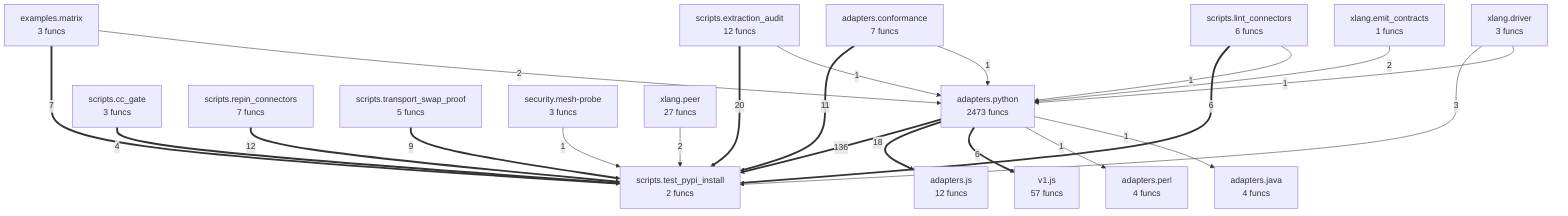
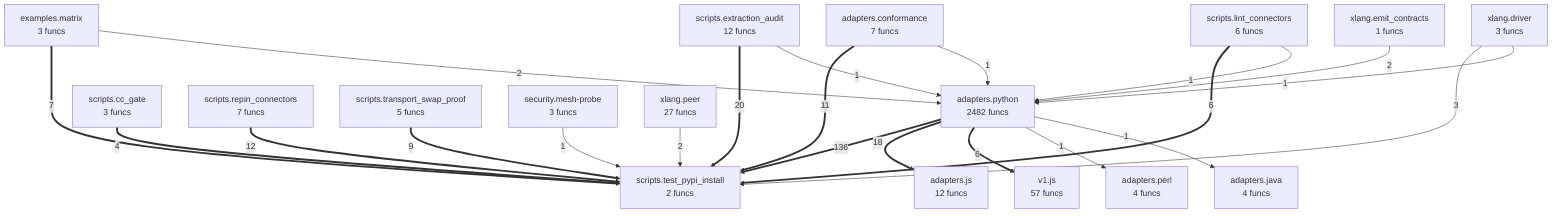
flowchart TD
- %% generated in 0.14s
+ %% generated in 0.07s
    adapters__conformance["adapters.conformance<br/>7 funcs"]
    adapters__java["adapters.java<br/>4 funcs"]
    adapters__js["adapters.js<br/>12 funcs"]
    adapters__perl["adapters.perl<br/>4 funcs"]
-     adapters__python["adapters.python<br/>2473 funcs"]
+     adapters__python["adapters.python<br/>2482 funcs"]
    examples__matrix["examples.matrix<br/>3 funcs"]
    scripts__cc_gate["scripts.cc_gate<br/>3 funcs"]
    scripts__extraction_audit["scripts.extraction_audit<br/>12 funcs"]
    scripts__lint_connectors["scripts.lint_connectors<br/>6 funcs"]
    scripts__repin_connectors["scripts.repin_connectors<br/>7 funcs"]
    scripts__test_pypi_install["scripts.test_pypi_install<br/>2 funcs"]
    scripts__transport_swap_proof["scripts.transport_swap_proof<br/>5 funcs"]
    security__mesh_probe["security.mesh-probe<br/>3 funcs"]
    v1__js["v1.js<br/>57 funcs"]
    xlang__driver["xlang.driver<br/>3 funcs"]
    xlang__emit_contracts["xlang.emit_contracts<br/>1 funcs"]
    xlang__peer["xlang.peer<br/>27 funcs"]
    adapters__python ==>|136| scripts__test_pypi_install
    scripts__extraction_audit ==>|20| scripts__test_pypi_install
    adapters__python ==>|18| adapters__js
    scripts__repin_connectors ==>|12| scripts__test_pypi_install
    adapters__conformance ==>|11| scripts__test_pypi_install
    scripts__transport_swap_proof ==>|9| scripts__test_pypi_install
    examples__matrix ==>|7| scripts__test_pypi_install
    scripts__lint_connectors ==>|6| scripts__test_pypi_install
    adapters__python ==>|6| v1__js
    scripts__cc_gate ==>|4| scripts__test_pypi_install
    xlang__driver -->|3| scripts__test_pypi_install
    examples__matrix -->|2| adapters__python
    xlang__emit_contracts -->|2| adapters__python
    xlang__peer -->|2| scripts__test_pypi_install
    security__mesh_probe -->|1| scripts__test_pypi_install
    scripts__lint_connectors -->|1| adapters__python
    scripts__extraction_audit -->|1| adapters__python
    adapters__conformance -->|1| adapters__python
    adapters__python -->|1| adapters__perl
    adapters__python -->|1| adapters__java
    xlang__driver -->|1| adapters__python
